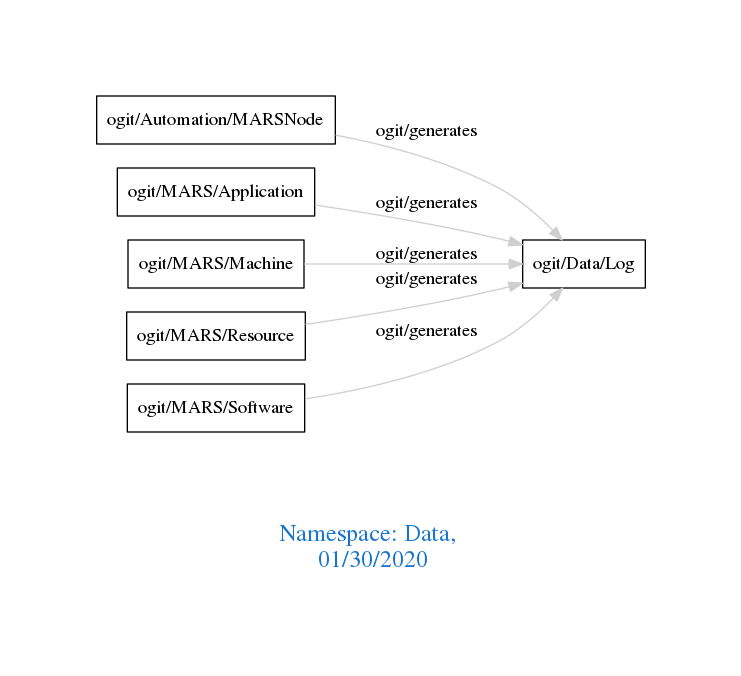
Above: downloads/Data.png in arago/OGIT (Graphviz), before the change. Its source is kept beside it as downloads/Data.dot.
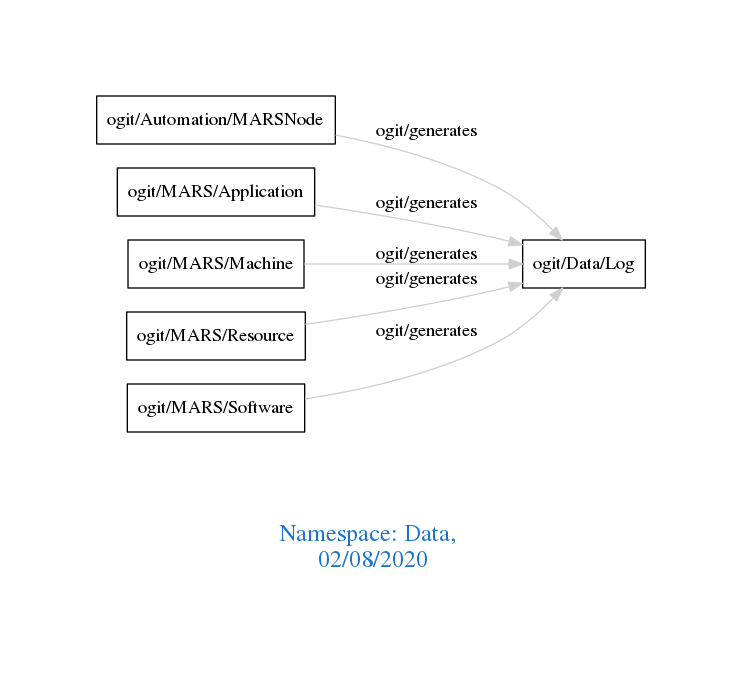
Later version of the same file.

Change to the diagram source:
```diff
@@ -1,7 +1,7 @@
 digraph OGIT_ontology {
  graph [ rankdir= LR,pad=1
 fontsize = 18,
-fontcolor= dodgerblue3,label = "\n\n\nNamespace: Data, \n 01/30/2020"];
+fontcolor= dodgerblue3,label = "\n\n\nNamespace: Data, \n 02/08/2020"];
 node[shape=polygon];
 edge [  color="gray81"];
 
```
